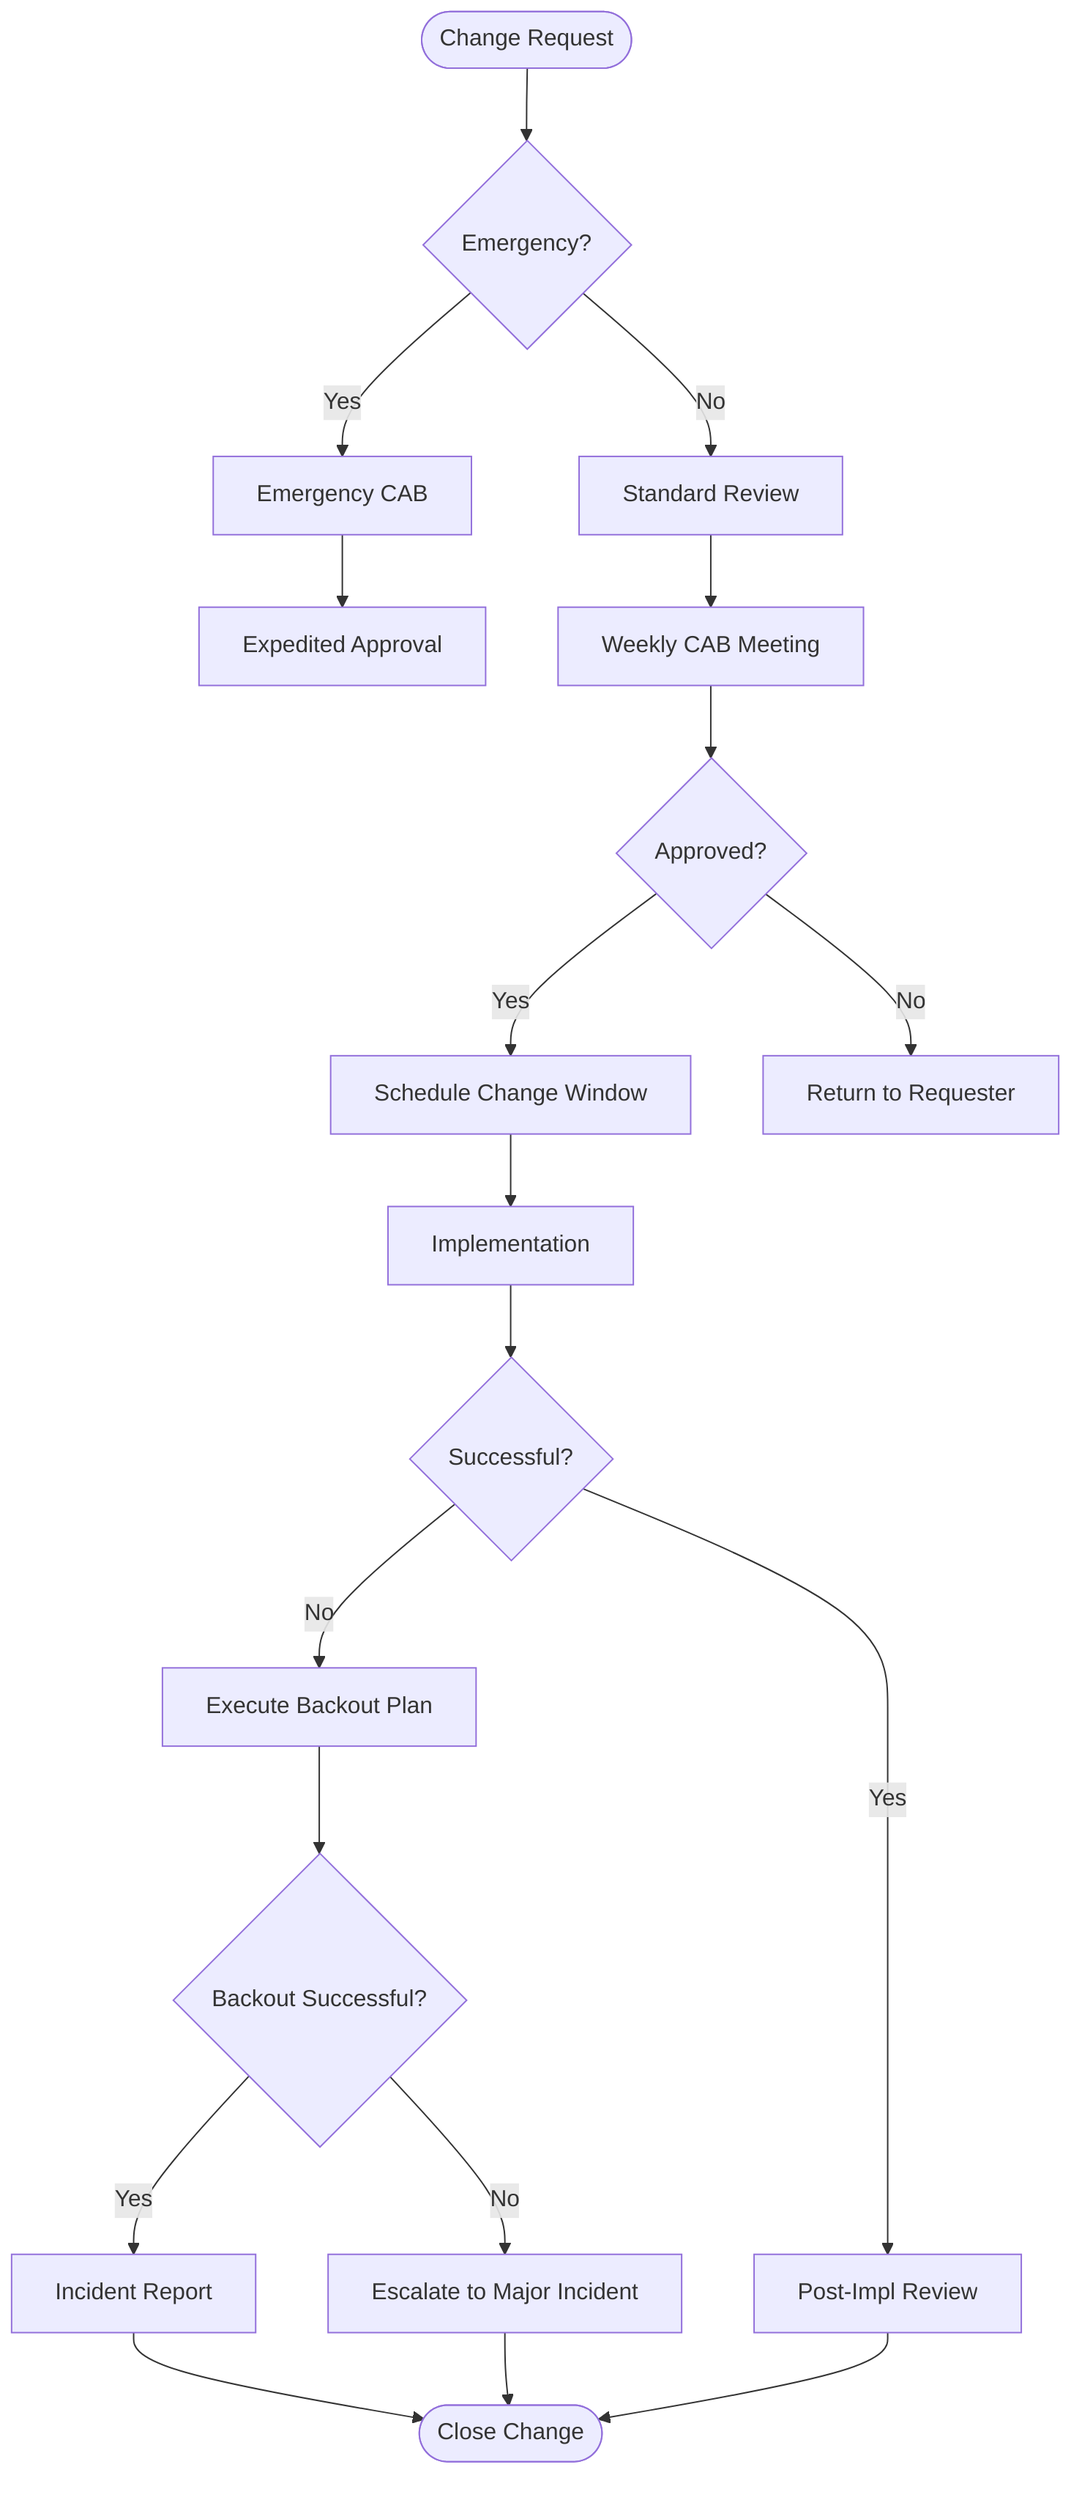
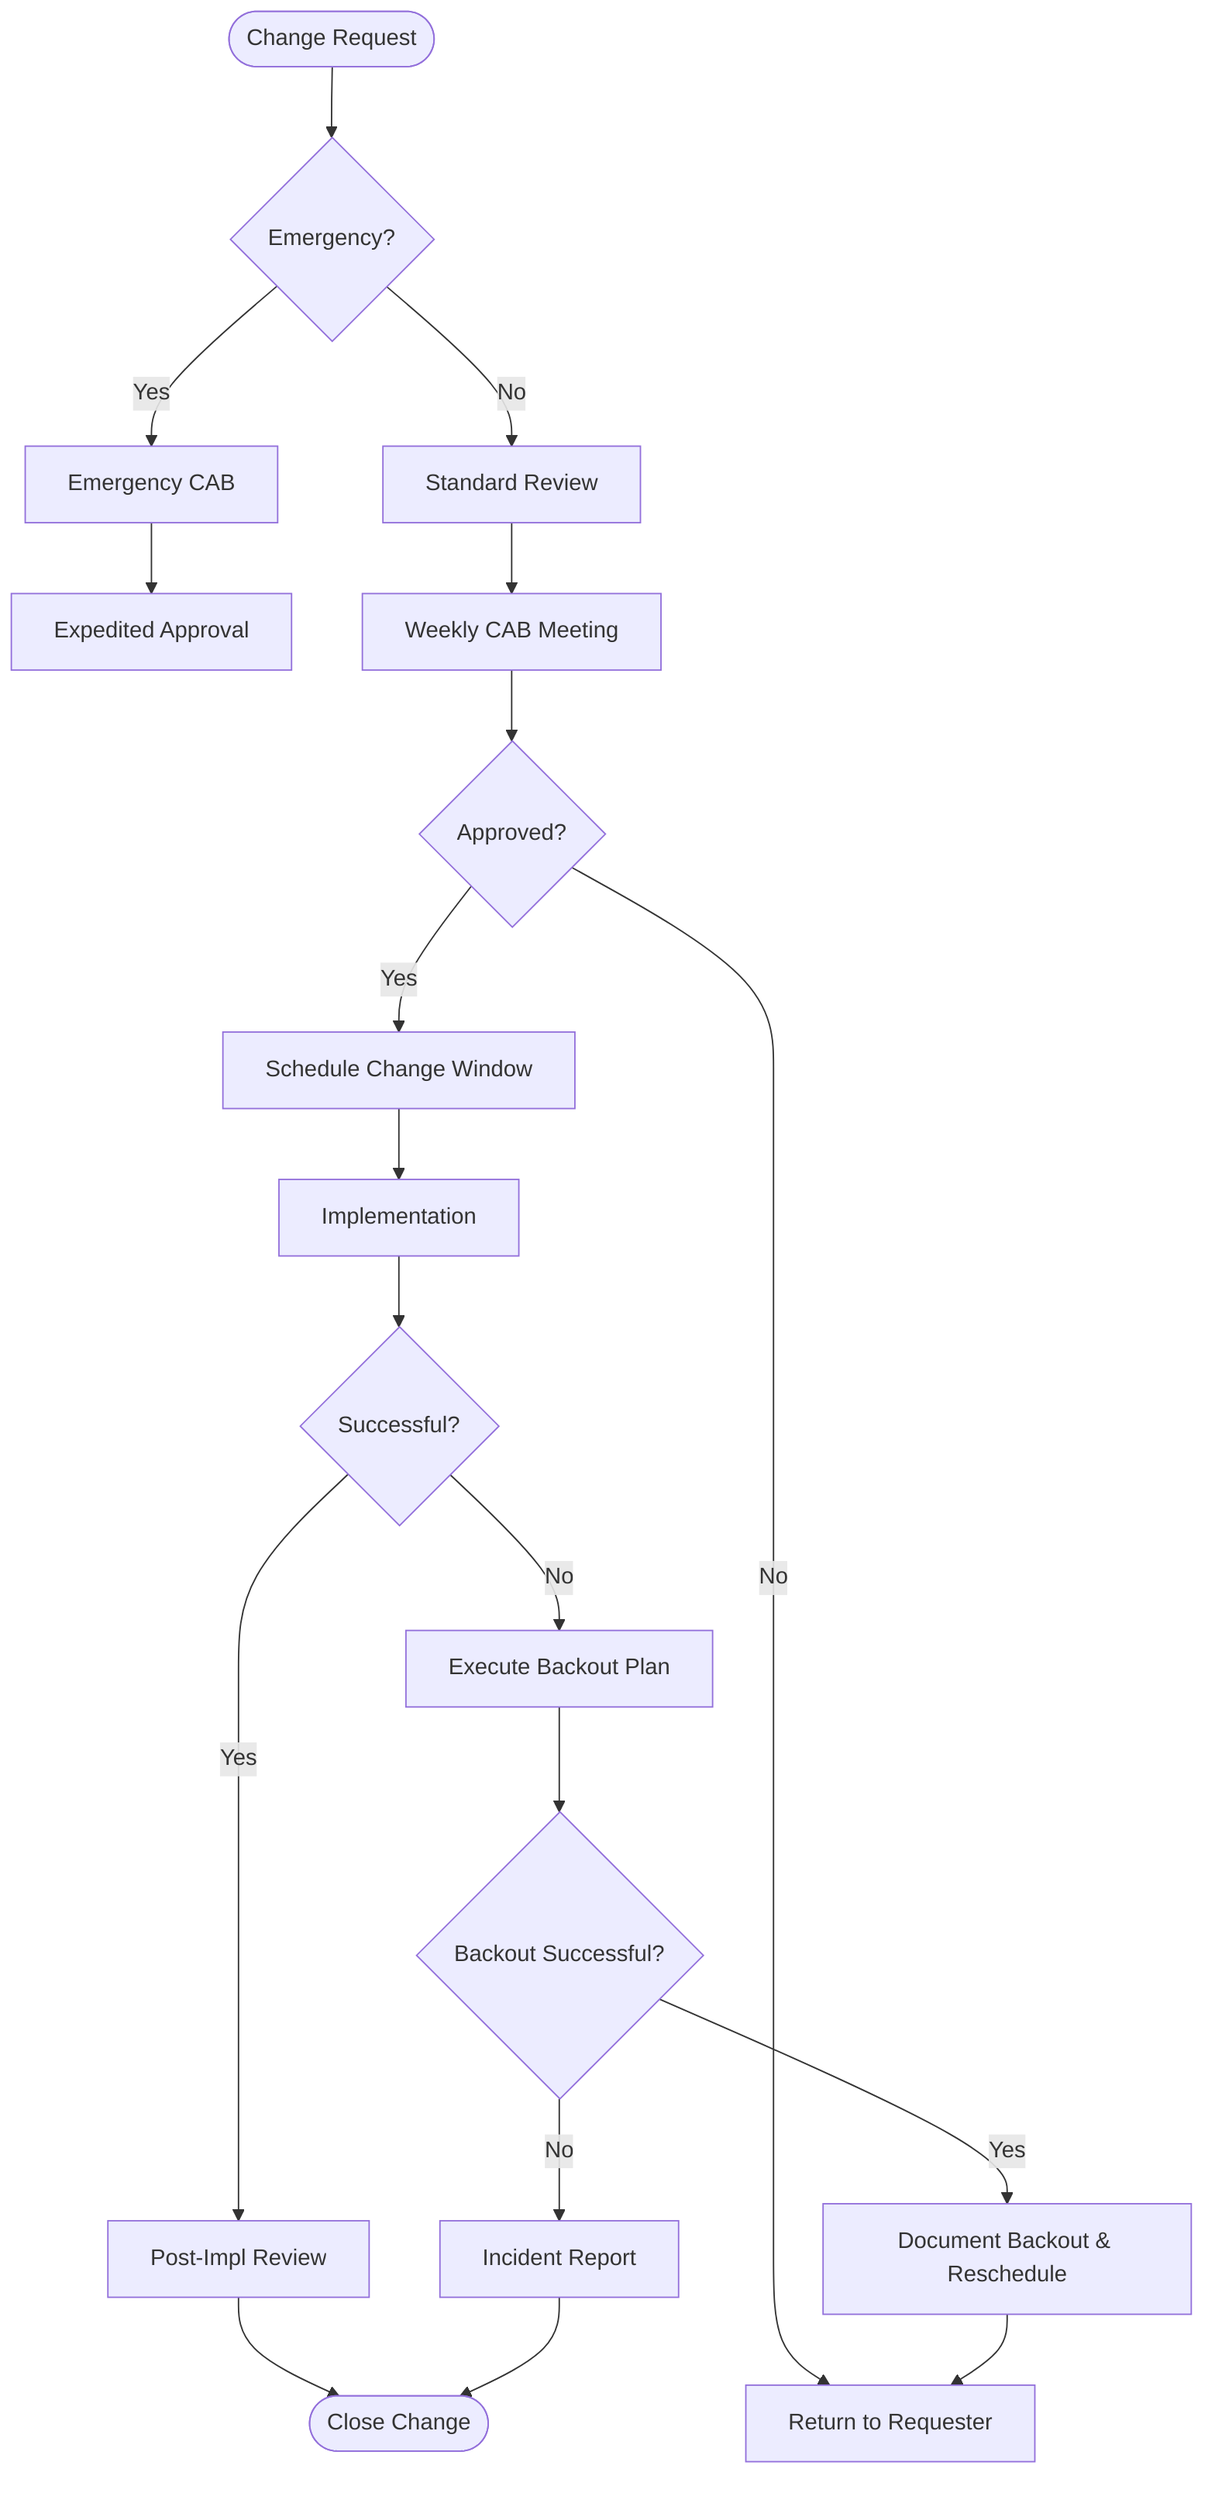
flowchart TD
    A([Change Request]) --> B{Emergency?}
    B --> |Yes| C[Emergency CAB]
    B --> |No| D[Standard Review]
    C --> E[Expedited Approval]
    D --> F[Weekly CAB Meeting]
    F --> G{Approved?}
    G --> |Yes| H[Schedule Change Window]
    G --> |No| I[Return to Requester]
    H --> J[Implementation]
    J --> K{Successful?}
    K --> |Yes| L[Post-Impl Review]
    %% ⚡ CHANGED SECTION
    K --> |No| M1[Execute Backout Plan]
    M1 --> M2{Backout Successful?}
-     M2 --> |Yes| M3[Incident Report]
-     M2 --> |No| M4[Escalate to Major Incident]
-     M3 --> N([Close Change])
-     M4 --> N
+     M2 --> |Yes| M3[Document Backout & Reschedule]
+     M2 --> |No| M[Incident Report]
+     M3 --> I
    %% ⚡ END CHANGED SECTION
-     L --> N+     L --> N([Close Change])
+     M --> N